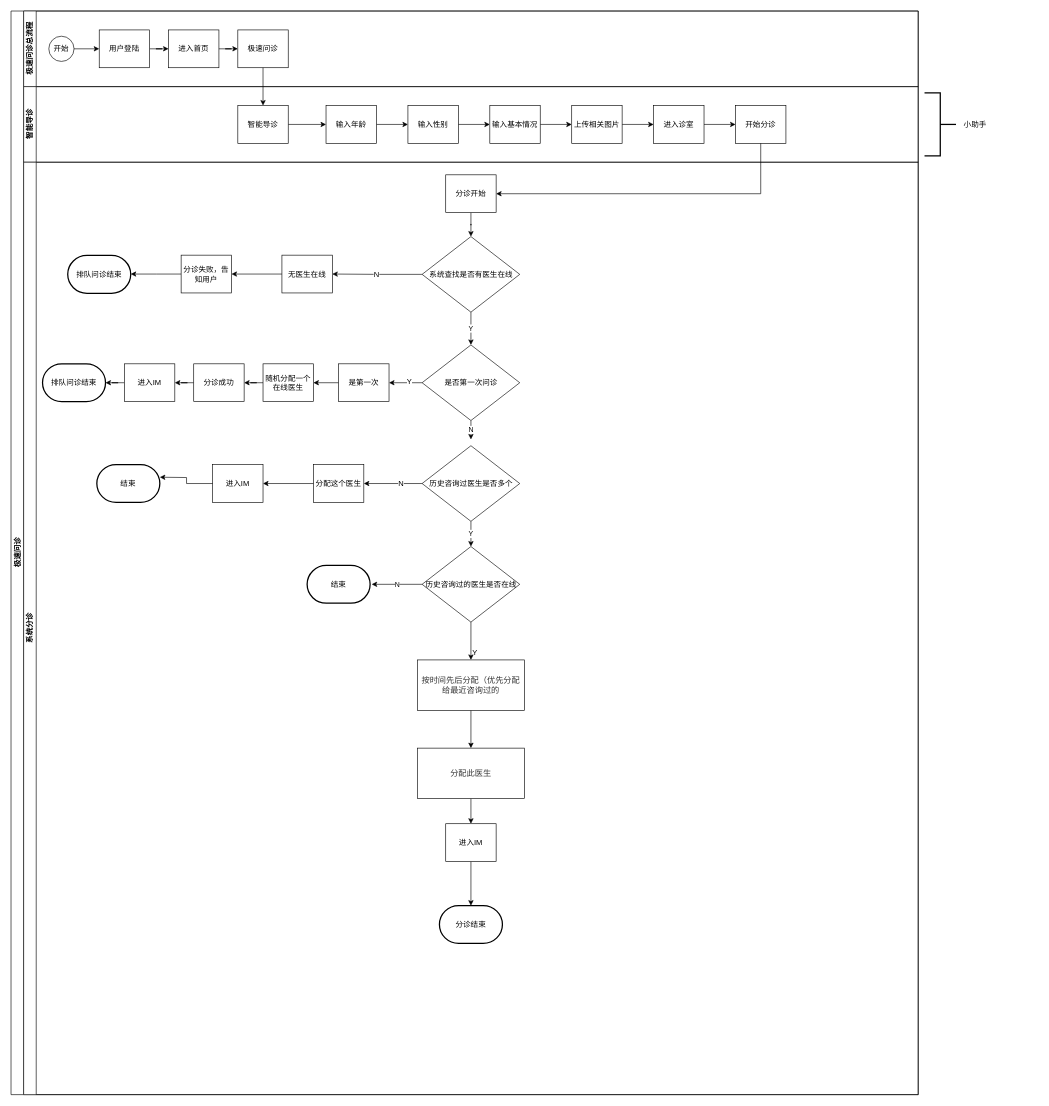
The draw.io diagram 首页优化泳道.drawio in robustwang/uml, before the edit. Source tidied: cells renumbered, new cells numbered last; positions are measured from the earlier drawing's top-left corner, leaving out a move shared by most shapes. Both pictures are drawn from the tidied source at 63%, with x=0, y=0 at pixel (11, 11).
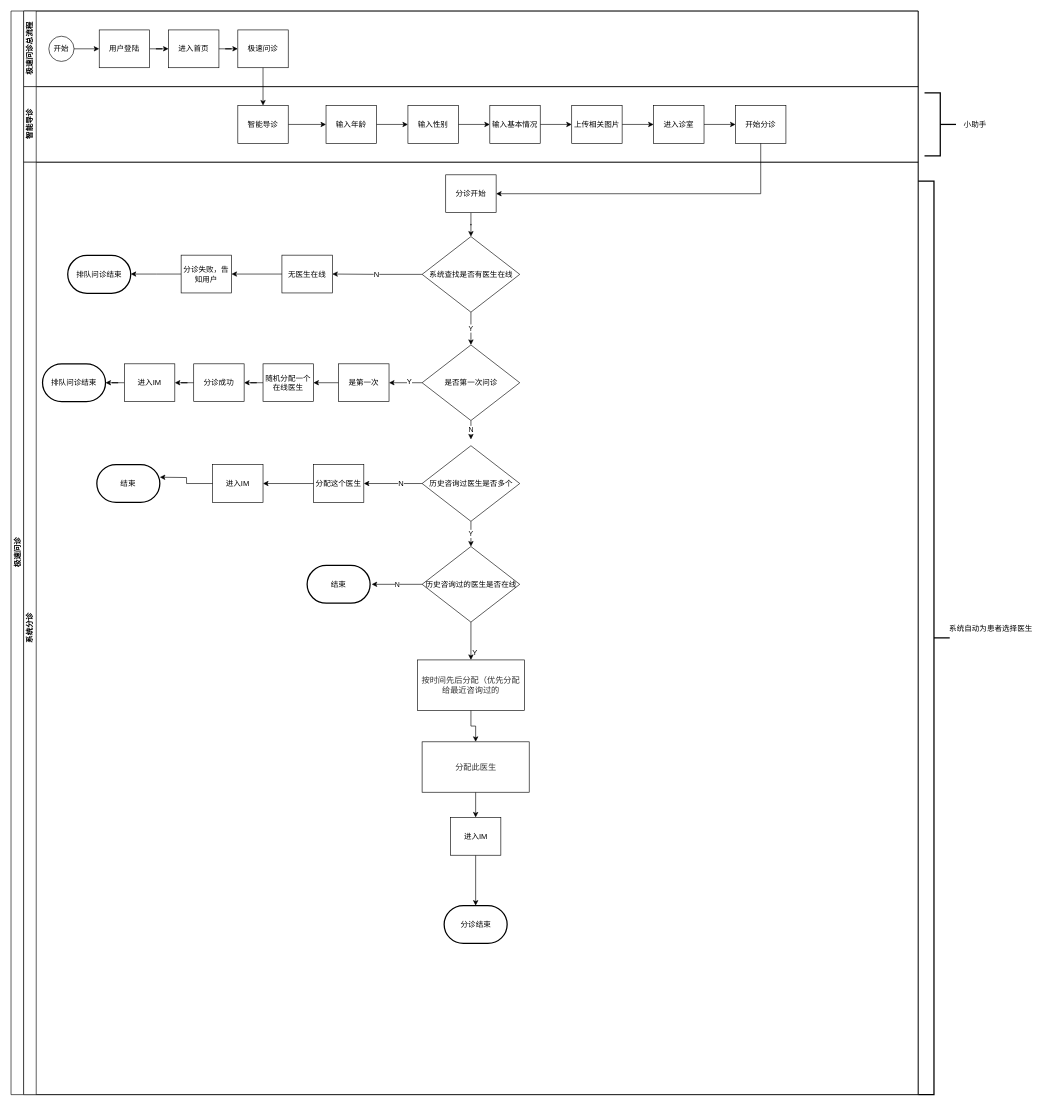
The same diagram, later.

Commit message:
更新首页优化泳道.drawio

Unchanged cells that the change refers to:
```xml
<mxCell id="27" value="系统分诊" style="swimlane;html=1;startSize=20;horizontal=0;" parent="2" vertex="1">
  <mxGeometry x="20" y="240" width="1420" height="1480" as="geometry" />
</mxCell>
```

Diff of the diagram source:
```diff
@@
+    <mxCell id="69" value="&lt;span style=&quot;color: rgb(51 , 51 , 51) ; font-family: , &amp;#34;pingfang sc&amp;#34; ; font-size: 13px&quot;&gt;分配此医生&lt;/span&gt;" style="rounded=0;whiteSpace=wrap;html=1;fontFamily=Helvetica;fontSize=12;fontColor=#000000;align=center;" parent="27" vertex="1">
+      <mxGeometry x="632.5" y="920" width="170" height="80" as="geometry" />
+    </mxCell>
@@
-    <mxCell id="69" value="&lt;span style=&quot;color: rgb(51 , 51 , 51) ; font-family: , &amp;#34;pingfang sc&amp;#34; ; font-size: 13px&quot;&gt;分配此医生&lt;/span&gt;" style="rounded=0;whiteSpace=wrap;html=1;fontFamily=Helvetica;fontSize=12;fontColor=#000000;align=center;" parent="27" vertex="1">
-      <mxGeometry x="625" y="930" width="170" height="80" as="geometry" />
-    </mxCell>
     <mxCell id="70" value="进入IM" style="rounded=0;whiteSpace=wrap;html=1;fontFamily=Helvetica;fontSize=12;fontColor=#000000;align=center;" parent="27" vertex="1">
-      <mxGeometry x="670" y="1050" width="80" height="60" as="geometry" />
+      <mxGeometry x="677.5" y="1040" width="80" height="60" as="geometry" />
     </mxCell>
+    <mxCell id="72" value="分诊结束" style="strokeWidth=2;html=1;shape=mxgraph.flowchart.terminator;whiteSpace=wrap;" parent="27" vertex="1">
+      <mxGeometry x="667.5" y="1180" width="100" height="60" as="geometry" />
+    </mxCell>
@@
-    <mxCell id="72" value="分诊结束" style="strokeWidth=2;html=1;shape=mxgraph.flowchart.terminator;whiteSpace=wrap;" parent="27" vertex="1">
-      <mxGeometry x="660" y="1180" width="100" height="60" as="geometry" />
-    </mxCell>
@@
+    <mxCell id="75" style="strokeWidth=2;html=1;shape=mxgraph.flowchart.annotation_2;align=left;labelPosition=right;rotation=-180;" parent="1" vertex="1">
+      <mxGeometry x="1440" y="270" width="50" height="1450" as="geometry" />
+    </mxCell>
+    <mxCell id="76" value="系统自动为患者选择医生&lt;br&gt;" style="text;html=1;align=center;verticalAlign=middle;" parent="1" vertex="1">
+      <mxGeometry x="1480" y="970" width="150" height="20" as="geometry" />
+    </mxCell>
```
